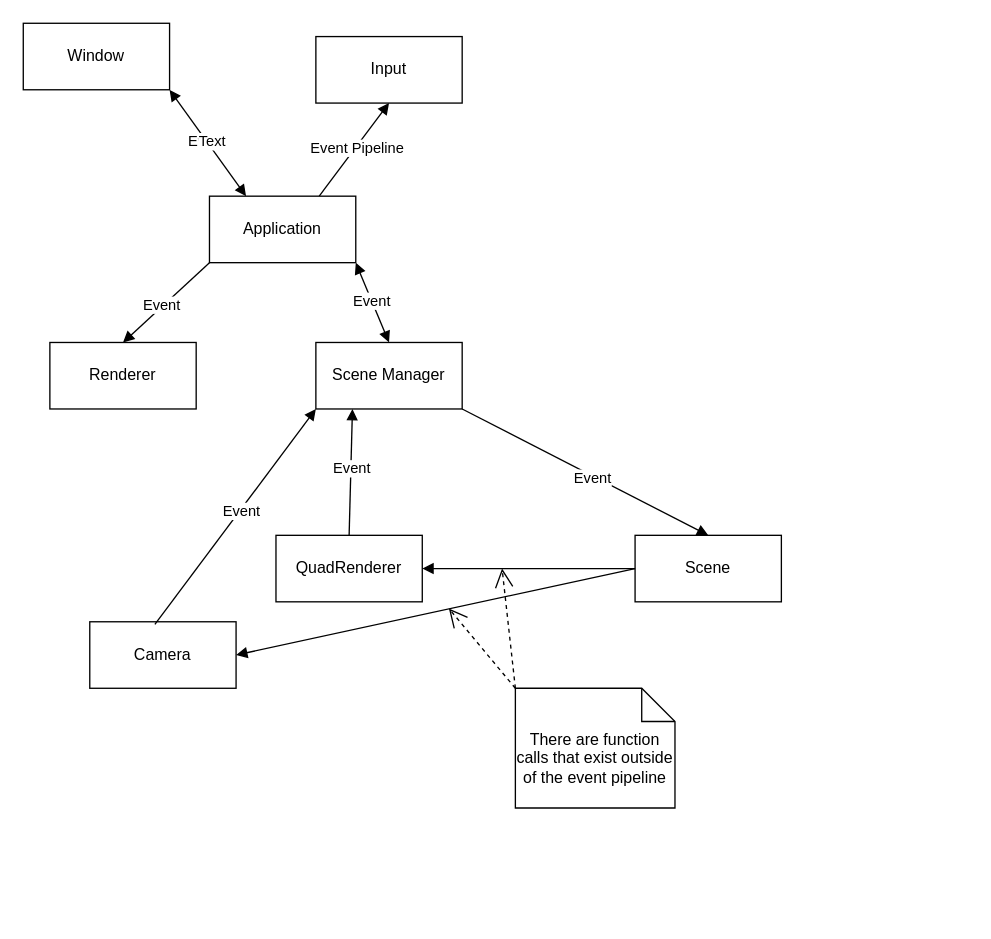
Earlier version of the draw.io diagram Sprocket/docs/EventNetwork.drawio (TylerSpaeth/Sprocket). Source tidied: cells renumbered, new cells numbered last; positions are measured from the earlier drawing's top-left corner, leaving out a move shared by most shapes. Both pictures are drawn from the tidied source at 133%, with x=0, y=0 at pixel (23, 23).
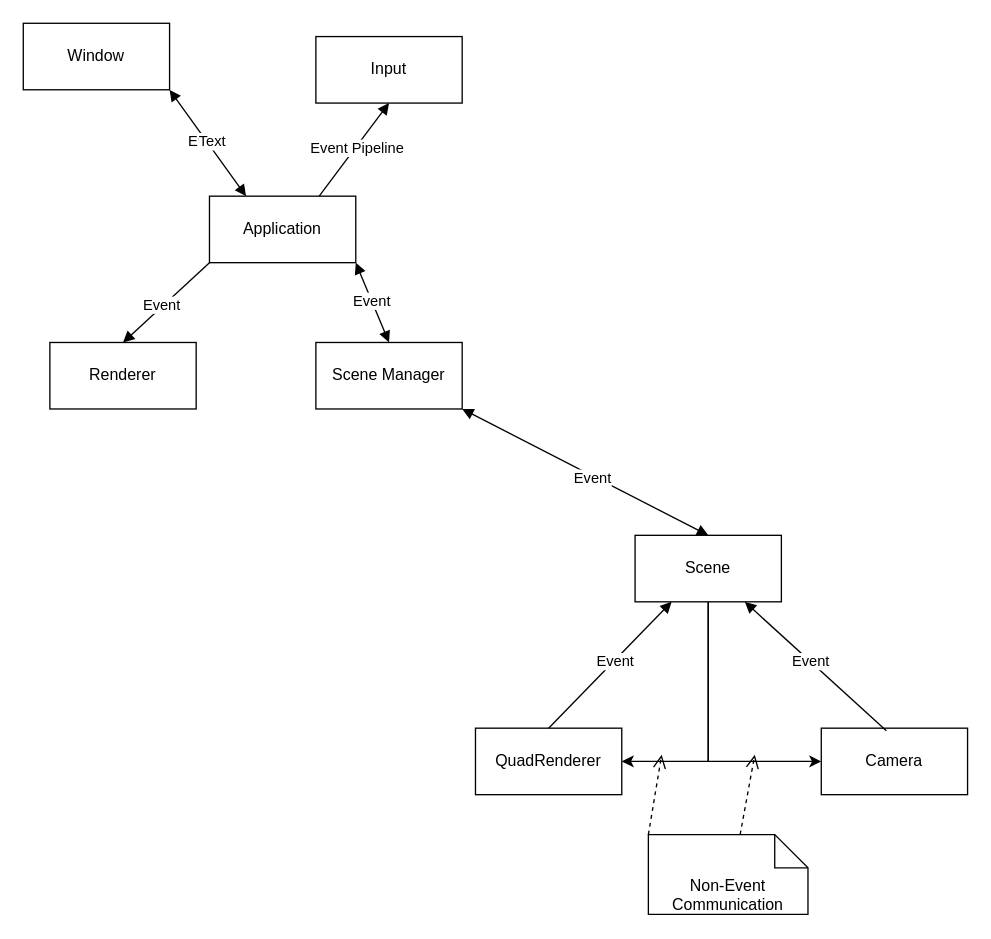
After the change.

Commit message (it also covers changes not shown here):
Updated EventNetwork diagram for new changes.

- Also remove the component parent class because it was not being used

Unchanged cells that the change refers to:
```xml
<mxCell id="15" value="Scene Manager" style="html=1;whiteSpace=wrap;" parent="1" vertex="1">
  <mxGeometry x="220" y="240" width="110" height="50" as="geometry" />
</mxCell>
<mxCell id="19" value="Scene" style="html=1;whiteSpace=wrap;" parent="1" vertex="1">
  <mxGeometry x="460" y="385" width="110" height="50" as="geometry" />
</mxCell>
```

What changed in the source:
```diff
@@
     <mxCell id="16" value="QuadRenderer" style="html=1;whiteSpace=wrap;" parent="1" vertex="1">
-      <mxGeometry x="190" y="385" width="110" height="50" as="geometry" />
+      <mxGeometry x="340" y="530" width="110" height="50" as="geometry" />
     </mxCell>
-    <mxCell id="17" style="endArrow=block;startArrow=none;endFill=1;startFill=0;html=1;rounded=0;exitX=0.5;exitY=0;exitDx=0;exitDy=0;entryX=0.25;entryY=1;entryDx=0;entryDy=0;" parent="1" edge="1" source="16" target="15">
+    <mxCell id="17" style="endArrow=block;startArrow=none;endFill=1;startFill=0;html=1;rounded=0;exitX=0.5;exitY=0;exitDx=0;exitDy=0;entryX=0.25;entryY=1;entryDx=0;entryDy=0;" parent="1" edge="1" source="16" target="19">
       <mxGeometry relative="1" as="geometry" />
     </mxCell>
@@
+    <mxCell id="30" style="edgeStyle=orthogonalEdgeStyle;rounded=0;jettySize=auto;html=1;exitX=0.5;exitY=1;exitDx=0;exitDy=0;entryX=1;entryY=0.5;entryDx=0;entryDy=0;" parent="1" edge="1" source="19" target="16">
+      <mxGeometry relative="1" as="geometry" />
+    </mxCell>
+    <mxCell id="31" style="edgeStyle=orthogonalEdgeStyle;rounded=0;jettySize=auto;html=1;exitX=0.5;exitY=1;exitDx=0;exitDy=0;entryX=0;entryY=0.5;entryDx=0;entryDy=0;" parent="1" edge="1" source="19" target="22">
+      <mxGeometry relative="1" as="geometry" />
+    </mxCell>
@@
-    <mxCell id="20" style="endArrow=block;startArrow=none;endFill=1;startFill=0;html=1;rounded=0;exitX=1;exitY=1;exitDx=0;exitDy=0;entryX=0.5;entryY=0;entryDx=0;entryDy=0;" parent="1" edge="1" source="15" target="19">
+    <mxCell id="20" style="endArrow=block;startArrow=block;endFill=1;startFill=1;html=1;rounded=0;exitX=1;exitY=1;exitDx=0;exitDy=0;entryX=0.5;entryY=0;entryDx=0;entryDy=0;" parent="1" edge="1" source="15" target="19">
       <mxGeometry relative="1" as="geometry" />
     </mxCell>
@@
     <mxCell id="22" value="Camera" style="html=1;whiteSpace=wrap;" parent="1" vertex="1">
-      <mxGeometry x="50" y="450" width="110" height="50" as="geometry" />
+      <mxGeometry x="600" y="530" width="110" height="50" as="geometry" />
     </mxCell>
-    <mxCell id="23" style="endArrow=block;startArrow=none;endFill=1;startFill=0;html=1;rounded=0;exitX=0.445;exitY=0.04;exitDx=0;exitDy=0;entryX=0;entryY=1;entryDx=0;entryDy=0;exitPerimeter=0;" parent="1" edge="1" source="22" target="15">
+    <mxCell id="23" style="endArrow=block;startArrow=none;endFill=1;startFill=0;html=1;rounded=0;exitX=0.445;exitY=0.04;exitDx=0;exitDy=0;entryX=0.75;entryY=1;entryDx=0;entryDy=0;exitPerimeter=0;" parent="1" edge="1" source="22" target="19">
       <mxGeometry relative="1" as="geometry" />
     </mxCell>
@@
-    <mxCell id="25" style="endArrow=none;startArrow=block;endFill=0;startFill=1;html=1;rounded=0;exitX=1;exitY=0.5;exitDx=0;exitDy=0;" parent="1" edge="1" source="16">
-      <mxGeometry relative="1" as="geometry">
-        <mxPoint x="460" y="410" as="targetPoint" />
-      </mxGeometry>
-    </mxCell>
-    <mxCell id="26" style="endArrow=none;startArrow=block;endFill=0;startFill=1;html=1;rounded=0;exitX=1;exitY=0.5;exitDx=0;exitDy=0;entryX=0;entryY=0.5;entryDx=0;entryDy=0;" parent="1" edge="1" source="22" target="19">
-      <mxGeometry relative="1" as="geometry" />
-    </mxCell>
-    <mxCell id="27" value="There are function calls that exist outside of the event pipeline" style="shape=note2;boundedLbl=1;whiteSpace=wrap;html=1;size=25;verticalAlign=top;align=center;" parent="1" vertex="1">
-      <mxGeometry x="370" y="500" width="120" height="90" as="geometry" />
-    </mxCell>
-    <mxCell id="28" style="endArrow=open;endSize=12;dashed=1;html=1;rounded=0;exitX=0;exitY=0;exitDx=0;exitDy=0;exitPerimeter=0;" parent="1" edge="1" source="27">
-      <mxGeometry relative="1" as="geometry">
-        <mxPoint x="320" y="440" as="targetPoint" />
-      </mxGeometry>
-    </mxCell>
-    <mxCell id="29" style="endArrow=open;endSize=12;dashed=1;html=1;rounded=0;exitX=0;exitY=0;exitDx=0;exitDy=0;exitPerimeter=0;" parent="1" edge="1" source="27">
-      <mxGeometry relative="1" as="geometry">
-        <mxPoint x="360" y="410" as="targetPoint" />
-      </mxGeometry>
-    </mxCell>
+    <mxCell id="32" value="Non-Event Communication" style="shape=note2;boundedLbl=1;whiteSpace=wrap;html=1;size=25;verticalAlign=top;align=center;" parent="1" vertex="1">
+      <mxGeometry x="470" y="610" width="120" height="60" as="geometry" />
+    </mxCell>
+    <mxCell id="33" style="html=1;verticalAlign=bottom;endArrow=open;dashed=1;endSize=8;curved=0;rounded=0;exitX=0;exitY=0;exitDx=0;exitDy=0;exitPerimeter=0;" parent="1" edge="1" source="32">
+      <mxGeometry relative="1" as="geometry">
+        <mxPoint x="480" y="550" as="targetPoint" />
+      </mxGeometry>
+    </mxCell>
+    <mxCell id="34" style="html=1;verticalAlign=bottom;endArrow=open;dashed=1;endSize=8;curved=0;rounded=0;exitX=0.575;exitY=0;exitDx=0;exitDy=0;exitPerimeter=0;" parent="1" edge="1" source="32">
+      <mxGeometry relative="1" as="geometry">
+        <mxPoint x="550" y="550" as="targetPoint" />
+      </mxGeometry>
+    </mxCell>
```
